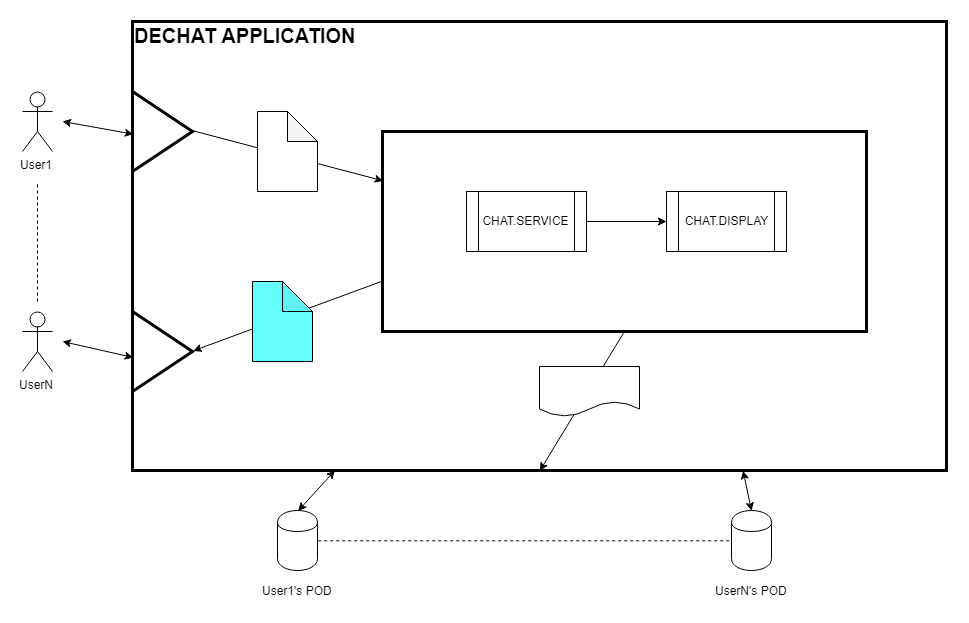
Arquisoft/dechat_en2a keeps this draw.io diagram as a_docs/images/05_level02.png. Above is the earlier version. Source tidied: cells renumbered, new cells last; positions are measured from the earlier drawing's top-left corner, leaving out a move shared by most shapes.
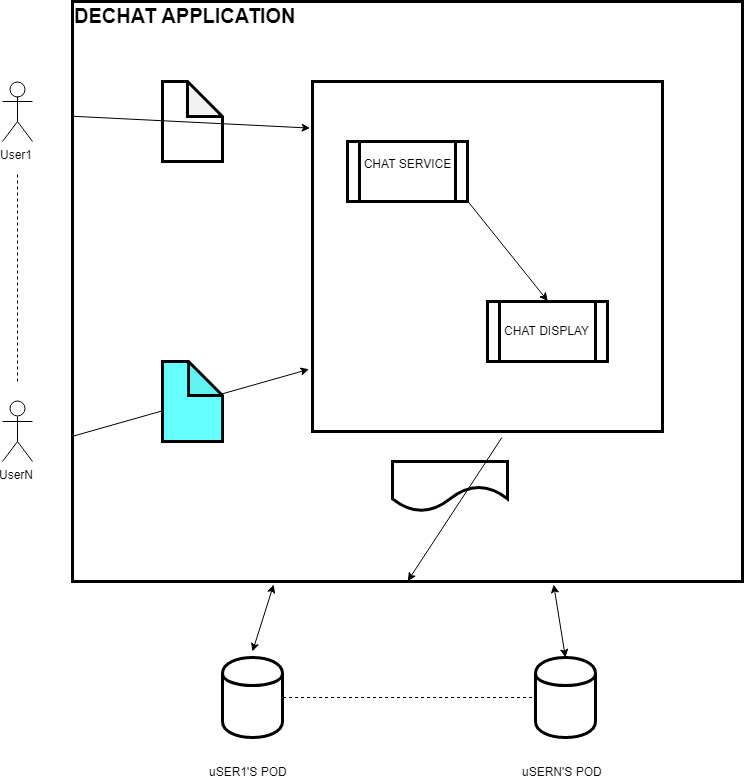
After the change.

Commit message:
Fixed minor issues with diagrams

What changed in the source:
```diff
@@ -2,90 +2,76 @@
   <root>
     <mxCell id="0" />
     <mxCell id="1" parent="0" />
-    <mxCell id="2" style="whiteSpace=wrap;html=1;gradientColor=none;fillColor=none;strokeWidth=3;" parent="1" vertex="1">
-      <mxGeometry x="110" width="814" height="449" as="geometry" />
-    </mxCell>
+    <mxCell id="28" style="rounded=0;whiteSpace=wrap;html=1;fillColor=none;strokeWidth=3;" parent="1" vertex="1">
+      <mxGeometry x="-286" y="-211" width="670" height="580" as="geometry" />
+    </mxCell>
+    <mxCell id="29" style="endArrow=classic;html=1;exitX=0;exitY=0.75;exitDx=0;exitDy=0;entryX=-0.01;entryY=0.823;entryDx=0;entryDy=0;entryPerimeter=0;" parent="1" edge="1" source="28" target="32">
+      <mxGeometry relative="1" as="geometry" />
+    </mxCell>
-    <mxCell id="3" value="User1&lt;br&gt;" style="shape=umlActor;verticalLabelPosition=bottom;labelBackgroundColor=#ffffff;verticalAlign=top;html=1;" parent="1" vertex="1">
-      <mxGeometry y="70" width="30" height="60" as="geometry" />
+    <mxCell id="3" value="User1&lt;br&gt;&lt;br&gt;" style="shape=umlActor;verticalLabelPosition=bottom;labelBackgroundColor=#ffffff;verticalAlign=top;html=1;" parent="1" vertex="1">
+      <mxGeometry x="-356" y="-131" width="30" height="60" as="geometry" />
     </mxCell>
+    <mxCell id="30" style="endArrow=none;dashed=1;html=1;" parent="1" edge="1">
+      <mxGeometry relative="1" as="geometry">
+        <mxPoint x="-341" y="169" as="sourcePoint" />
+        <mxPoint x="-341" y="-41" as="targetPoint" />
+      </mxGeometry>
+    </mxCell>
-    <mxCell id="4" value="UserN" style="shape=umlActor;verticalLabelPosition=bottom;labelBackgroundColor=#ffffff;verticalAlign=top;html=1;" parent="1" vertex="1">
-      <mxGeometry y="290" width="30" height="60" as="geometry" />
+    <mxCell id="4" value="UserN&lt;br&gt;&lt;br&gt;" style="shape=umlActor;verticalLabelPosition=bottom;labelBackgroundColor=#ffffff;verticalAlign=top;html=1;" parent="1" vertex="1">
+      <mxGeometry x="-356" y="189" width="30" height="60" as="geometry" />
     </mxCell>
-    <mxCell id="5" style="endArrow=none;dashed=1;html=1;" parent="1" edge="1">
-      <mxGeometry relative="1" as="geometry">
-        <mxPoint x="15" y="280" as="sourcePoint" />
-        <mxPoint x="15" y="160" as="targetPoint" />
-      </mxGeometry>
-    </mxCell>
-    <mxCell id="6" style="shape=cylinder;whiteSpace=wrap;html=1;boundedLbl=1;backgroundOutline=1;" parent="1" vertex="1">
-      <mxGeometry x="255" y="489" width="40" height="60" as="geometry" />
-    </mxCell>
-    <mxCell id="7" value="User1's POD&lt;br&gt;" style="text;html=1;align=center;verticalAlign=top;spacingTop=-4;" parent="1" vertex="1">
-      <mxGeometry x="230" y="560" width="90" height="20" as="geometry" />
-    </mxCell>
-    <mxCell id="8" style="shape=cylinder;whiteSpace=wrap;html=1;boundedLbl=1;backgroundOutline=1;" parent="1" vertex="1">
-      <mxGeometry x="709" y="489" width="40" height="60" as="geometry" />
-    </mxCell>
-    <mxCell id="9" value="UserN's POD&lt;br&gt;" style="text;html=1;align=center;verticalAlign=top;spacingTop=-4;" parent="1" vertex="1">
-      <mxGeometry x="684" y="560" width="90" height="20" as="geometry" />
-    </mxCell>
-    <mxCell id="10" style="endArrow=none;dashed=1;html=1;entryX=0;entryY=0.5;entryDx=0;entryDy=0;exitX=1;exitY=0.5;exitDx=0;exitDy=0;" parent="1" edge="1" source="6" target="8">
-      <mxGeometry relative="1" as="geometry" />
-    </mxCell>
-    <mxCell id="11" style="endArrow=classic;startArrow=classic;html=1;entryX=0;entryY=0.25;entryDx=0;entryDy=0;" parent="1" edge="1" target="2">
-      <mxGeometry relative="1" as="geometry">
-        <mxPoint x="40" y="100" as="sourcePoint" />
-      </mxGeometry>
-    </mxCell>
-    <mxCell id="12" style="endArrow=classic;startArrow=classic;html=1;entryX=0;entryY=0.75;entryDx=0;entryDy=0;" parent="1" edge="1" target="2">
-      <mxGeometry relative="1" as="geometry">
-        <mxPoint x="40" y="320" as="sourcePoint" />
-      </mxGeometry>
-    </mxCell>
-    <mxCell id="13" style="endArrow=classic;startArrow=classic;html=1;exitX=0.5;exitY=0;exitDx=0;exitDy=0;" parent="1" edge="1" source="6" target="2">
-      <mxGeometry relative="1" as="geometry" />
-    </mxCell>
-    <mxCell id="14" style="endArrow=classic;startArrow=classic;html=1;exitX=0.5;exitY=0;exitDx=0;exitDy=0;entryX=0.75;entryY=1;entryDx=0;entryDy=0;" parent="1" edge="1" source="8" target="2">
-      <mxGeometry relative="1" as="geometry" />
-    </mxCell>
-    <mxCell id="15" value="&lt;div style=&quot;text-align: center&quot;&gt;&lt;span style=&quot;font-size: 20px&quot;&gt;&lt;b&gt;DECHAT APPLICATION&lt;/b&gt;&lt;/span&gt;&lt;/div&gt;" style="text;html=1;align=left;verticalAlign=top;spacingTop=-4;" parent="1" vertex="1">
-      <mxGeometry x="110" width="240" height="20" as="geometry" />
+    <mxCell id="15" value="&lt;b&gt;&lt;font style=&quot;font-size: 20px&quot;&gt;DECHAT APPLICATION&lt;/font&gt;&lt;/b&gt;" style="text;html=1;align=left;verticalAlign=top;spacingTop=-4;" parent="1" vertex="1">
+      <mxGeometry x="-286" y="-211" width="240" height="20" as="geometry" />
     </mxCell>
-    <mxCell id="16" style="whiteSpace=wrap;html=1;strokeWidth=3;fillColor=none;gradientColor=none;align=center;" parent="1" vertex="1">
-      <mxGeometry x="360" y="110" width="484" height="200" as="geometry" />
-    </mxCell>
-    <mxCell id="17" style="triangle;whiteSpace=wrap;html=1;strokeWidth=3;fillColor=none;gradientColor=none;align=center;" parent="1" vertex="1">
-      <mxGeometry x="110" y="70" width="60" height="80" as="geometry" />
-    </mxCell>
-    <mxCell id="18" style="endArrow=classic;html=1;exitX=1;exitY=0.5;exitDx=0;exitDy=0;entryX=0;entryY=0.25;entryDx=0;entryDy=0;" parent="1" edge="1" source="17" target="16">
-      <mxGeometry relative="1" as="geometry" />
-    </mxCell>
-    <mxCell id="19" style="triangle;whiteSpace=wrap;html=1;strokeWidth=3;fillColor=none;gradientColor=none;align=center;" parent="1" vertex="1">
-      <mxGeometry x="110" y="290" width="60" height="80" as="geometry" />
-    </mxCell>
-    <mxCell id="20" style="endArrow=classic;html=1;entryX=1;entryY=0.5;entryDx=0;entryDy=0;exitX=0;exitY=0.75;exitDx=0;exitDy=0;" parent="1" edge="1" source="16" target="19">
-      <mxGeometry relative="1" as="geometry" />
-    </mxCell>
-    <mxCell id="21" style="shape=note;whiteSpace=wrap;html=1;backgroundOutline=1;darkOpacity=0.05;strokeWidth=1;fillColor=#ffffff;gradientColor=none;align=center;" parent="1" vertex="1">
-      <mxGeometry x="235" y="90" width="60" height="80" as="geometry" />
-    </mxCell>
-    <mxCell id="22" style="shape=note;whiteSpace=wrap;html=1;backgroundOutline=1;darkOpacity=0.05;strokeWidth=1;fillColor=#66FFFF;gradientColor=none;align=center;strokeColor=#000000;" parent="1" vertex="1">
-      <mxGeometry x="230" y="260" width="60" height="80" as="geometry" />
-    </mxCell>
-    <mxCell id="23" style="endArrow=classic;html=1;exitX=0.5;exitY=1;exitDx=0;exitDy=0;entryX=0.5;entryY=1;entryDx=0;entryDy=0;" parent="1" edge="1" source="16" target="2">
-      <mxGeometry relative="1" as="geometry" />
-    </mxCell>
-    <mxCell id="24" style="shape=document;whiteSpace=wrap;html=1;boundedLbl=1;strokeColor=#000000;strokeWidth=1;fillColor=#FFFFFF;gradientColor=none;align=center;" parent="1" vertex="1">
-      <mxGeometry x="517" y="345" width="100" height="50" as="geometry" />
-    </mxCell>
-    <mxCell id="25" style="edgeStyle=orthogonalEdgeStyle;rounded=0;jettySize=auto;html=1;" parent="1" edge="1" source="26" target="27">
-      <mxGeometry relative="1" as="geometry" />
-    </mxCell>
-    <mxCell id="26" value="CHAT.SERVICE" style="shape=process;whiteSpace=wrap;html=1;backgroundOutline=1;strokeColor=#000000;strokeWidth=1;fillColor=#FFFFFF;gradientColor=none;align=center;" parent="1" vertex="1">
-      <mxGeometry x="444" y="170" width="120" height="60" as="geometry" />
-    </mxCell>
-    <mxCell id="27" value="CHAT.DISPLAY" style="shape=process;whiteSpace=wrap;html=1;backgroundOutline=1;strokeColor=#000000;strokeWidth=1;fillColor=#FFFFFF;gradientColor=none;align=center;" parent="1" vertex="1">
-      <mxGeometry x="644" y="170" width="120" height="60" as="geometry" />
-    </mxCell>
+    <mxCell id="31" style="shape=note;whiteSpace=wrap;html=1;backgroundOutline=1;darkOpacity=0.05;strokeWidth=3;fillColor=#FFFFFF;size=35;" parent="1" vertex="1">
+      <mxGeometry x="-196" y="-131" width="60" height="80" as="geometry" />
+    </mxCell>
+    <mxCell id="32" style="whiteSpace=wrap;html=1;strokeWidth=3;fillColor=none;" parent="1" vertex="1">
+      <mxGeometry x="-46" y="-131" width="350" height="350" as="geometry" />
+    </mxCell>
+    <mxCell id="33" style="endArrow=classic;html=1;exitX=0.002;exitY=0.198;exitDx=0;exitDy=0;exitPerimeter=0;entryX=-0.006;entryY=0.132;entryDx=0;entryDy=0;entryPerimeter=0;" parent="1" edge="1" source="28" target="32">
+      <mxGeometry relative="1" as="geometry" />
+    </mxCell>
+    <mxCell id="34" style="shape=document;whiteSpace=wrap;html=1;boundedLbl=1;strokeWidth=3;fillColor=#FFFFFF;size=0.5066666666666674;" parent="1" vertex="1">
+      <mxGeometry x="34" y="249" width="115" height="50" as="geometry" />
+    </mxCell>
+    <mxCell id="35" style="endArrow=classic;html=1;exitX=0.542;exitY=1.018;exitDx=0;exitDy=0;exitPerimeter=0;entryX=0.5;entryY=1;entryDx=0;entryDy=0;" parent="1" edge="1" source="32" target="28">
+      <mxGeometry relative="1" as="geometry" />
+    </mxCell>
+    <mxCell id="36" style="shape=cylinder;whiteSpace=wrap;html=1;boundedLbl=1;backgroundOutline=1;strokeWidth=3;fillColor=#FFFFFF;" parent="1" vertex="1">
+      <mxGeometry x="-136" y="445" width="60" height="80" as="geometry" />
+    </mxCell>
+    <mxCell id="37" style="shape=cylinder;whiteSpace=wrap;html=1;boundedLbl=1;backgroundOutline=1;strokeWidth=3;fillColor=#FFFFFF;" parent="1" vertex="1">
+      <mxGeometry x="177" y="445" width="60" height="80" as="geometry" />
+    </mxCell>
+    <mxCell id="38" style="shape=note;whiteSpace=wrap;html=1;backgroundOutline=1;darkOpacity=0.05;strokeWidth=3;size=34;fillColor=#66FFFF;" parent="1" vertex="1">
+      <mxGeometry x="-196" y="149" width="60" height="80" as="geometry" />
+    </mxCell>
+    <mxCell id="39" value="uSER1'S POD" style="text;html=1;align=left;verticalAlign=top;spacingTop=-4;" parent="1" vertex="1">
+      <mxGeometry x="-151" y="550" width="90" height="20" as="geometry" />
+    </mxCell>
+    <mxCell id="40" value="uSERN'S POD" style="text;html=1;align=left;verticalAlign=top;spacingTop=-4;" parent="1" vertex="1">
+      <mxGeometry x="162" y="550" width="100" height="20" as="geometry" />
+    </mxCell>
+    <mxCell id="41" style="endArrow=none;dashed=1;html=1;entryX=0;entryY=0.5;entryDx=0;entryDy=0;exitX=1;exitY=0.5;exitDx=0;exitDy=0;" parent="1" edge="1" source="36" target="37">
+      <mxGeometry relative="1" as="geometry" />
+    </mxCell>
+    <mxCell id="42" style="endArrow=classic;startArrow=classic;html=1;entryX=0.3;entryY=1.005;entryDx=0;entryDy=0;entryPerimeter=0;" parent="1" edge="1" target="28">
+      <mxGeometry relative="1" as="geometry">
+        <mxPoint x="-106" y="439" as="sourcePoint" />
+      </mxGeometry>
+    </mxCell>
+    <mxCell id="43" style="endArrow=classic;startArrow=classic;html=1;entryX=0.718;entryY=1.005;entryDx=0;entryDy=0;entryPerimeter=0;exitX=0.5;exitY=0;exitDx=0;exitDy=0;" parent="1" edge="1" source="37" target="28">
+      <mxGeometry relative="1" as="geometry" />
+    </mxCell>
+    <mxCell id="44" value="CHAT SERVICE&lt;br&gt;&lt;br&gt;" style="shape=process;whiteSpace=wrap;html=1;backgroundOutline=1;strokeWidth=3;fillColor=#FFFFFF;" parent="1" vertex="1">
+      <mxGeometry x="-11" y="-71" width="120" height="60" as="geometry" />
+    </mxCell>
+    <mxCell id="45" style="endArrow=classic;html=1;exitX=0.997;exitY=0.972;exitDx=0;exitDy=0;exitPerimeter=0;entryX=0.5;entryY=0;entryDx=0;entryDy=0;" parent="1" edge="1" source="44" target="46">
+      <mxGeometry relative="1" as="geometry" />
+    </mxCell>
+    <mxCell id="46" value="CHAT DISPLAY" style="shape=process;whiteSpace=wrap;html=1;backgroundOutline=1;strokeWidth=3;fillColor=#FFFFFF;" parent="1" vertex="1">
+      <mxGeometry x="129" y="89" width="120" height="60" as="geometry" />
+    </mxCell>
   </root>
 </mxGraphModel>
```
